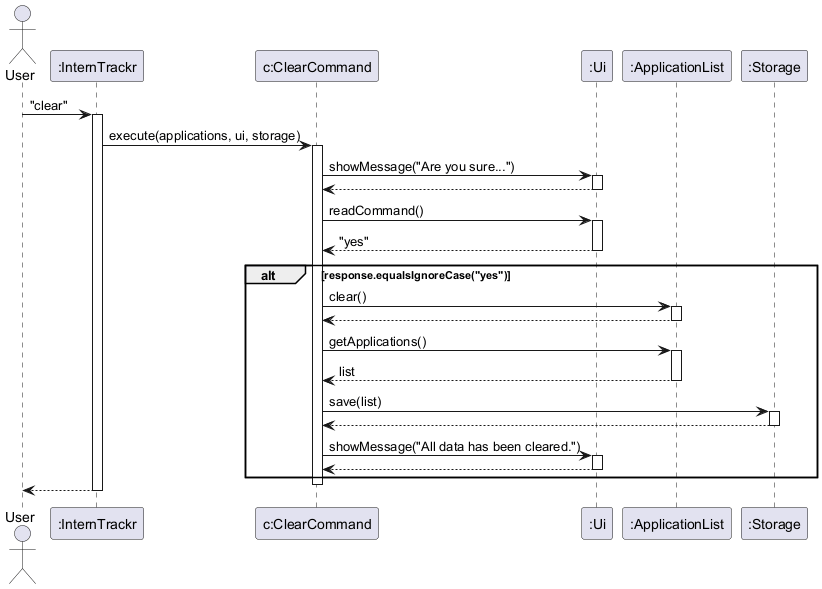
This is docs/images/EmryClearCommandSequence.png from EmDani3l/tp, a PlantUML export, as it was before one commit.
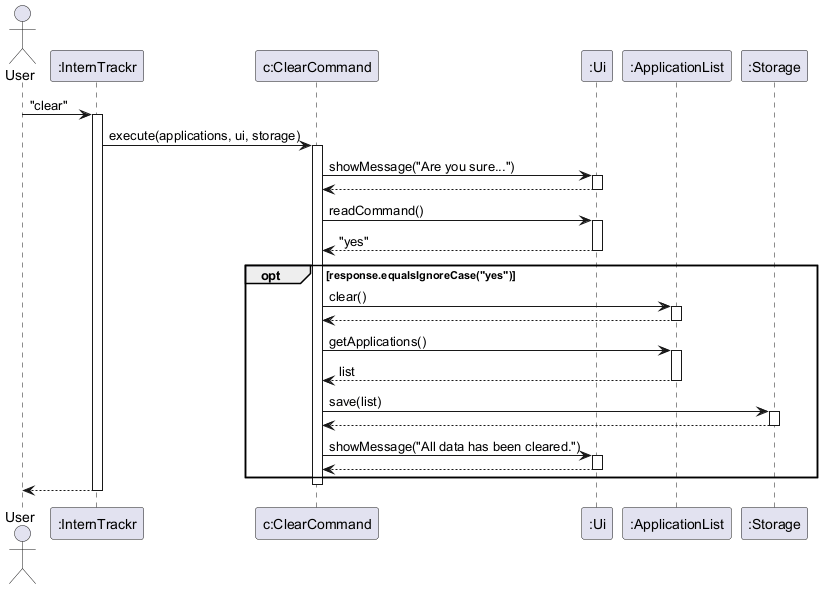
Later version of the same file.

Commit message:
Change alt path to opt for Filter and Clear diagrams since there are not the correct number of branches

Diff of the diagram source:
```diff
@@ -21,7 +21,7 @@
 UI --> CC : "yes"
 deactivate UI
 
-alt response.equalsIgnoreCase("yes")
+opt response.equalsIgnoreCase("yes")
     CC -> AL : clear()
     activate AL
     AL --> CC
```
